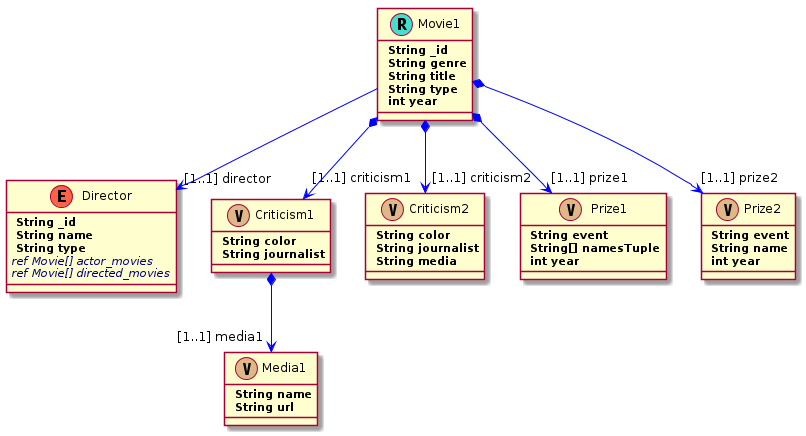
catedrasaes-umu/NoSQLDataEngineering keeps this PlantUML diagram as es.um.nosql.schemainference.plantuml2figure/tests/moviefiles/movieRootV1.png. Above is the earlier version.
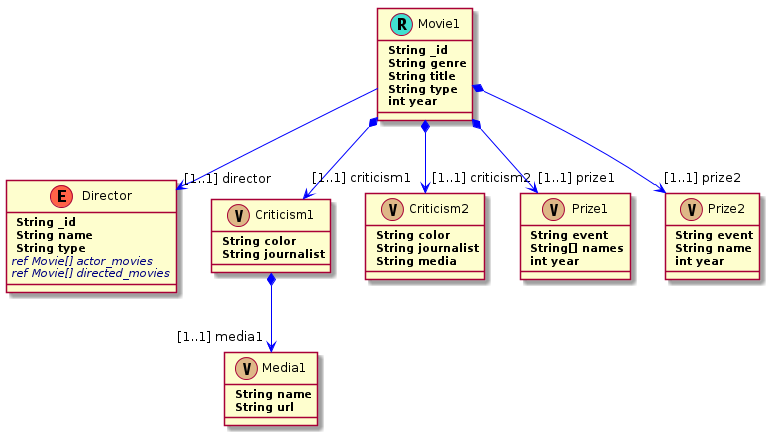
The same diagram one commit later.

Change to the diagram source:
```diff
@@ -62,7 +62,7 @@
 
 Class Prize1<<(V,BurlyWood)>>{
 	<b> String event
-	<b> String[] namesTuple
+	<b> String[] names
 	<b> int year
 }
 
```
